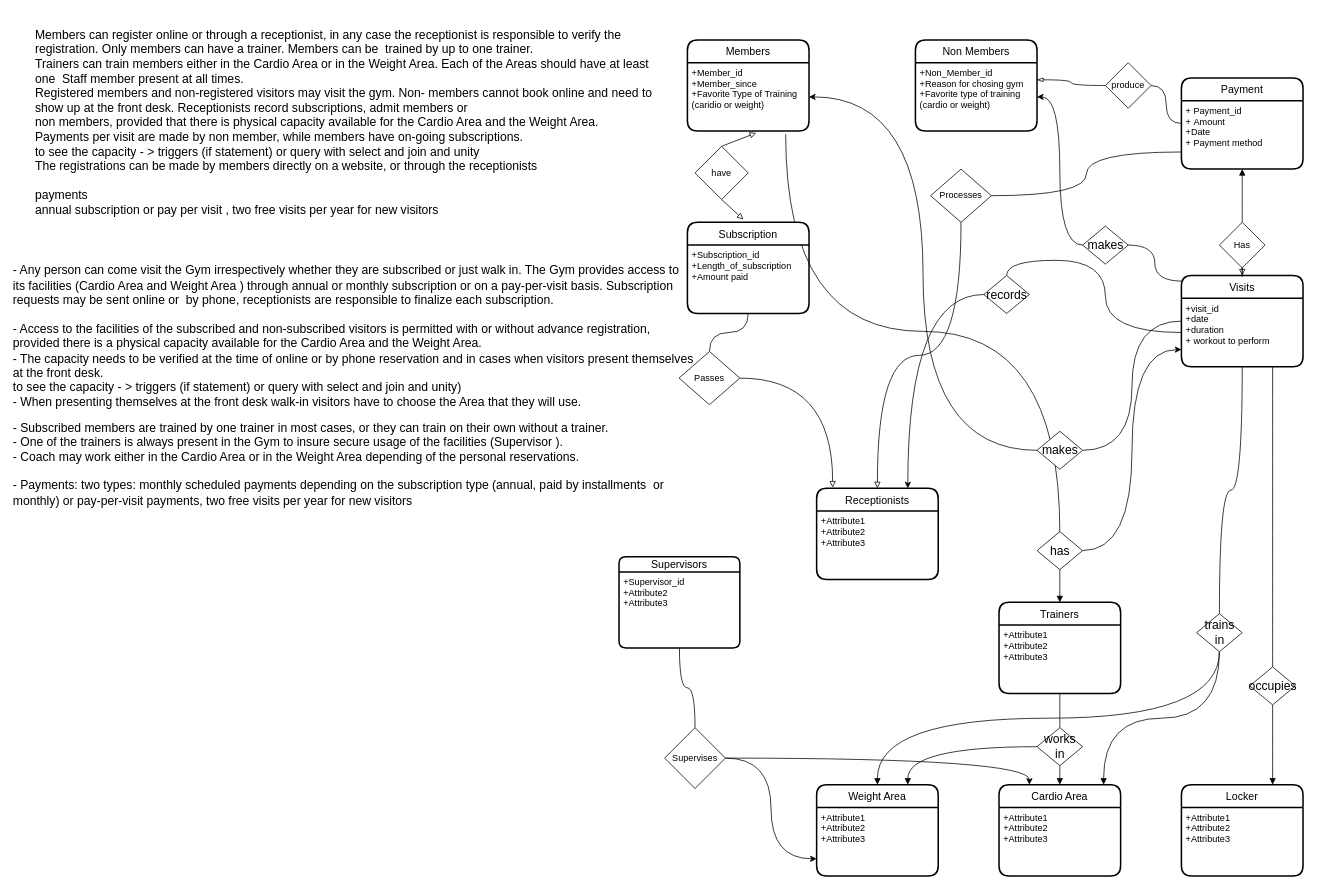
The draw.io diagram GymBasil.drawio in gituser514/Diagram, before the edit. Source tidied: cells renumbered, new cells numbered last; positions are measured from the earlier drawing's top-left corner, leaving out a move shared by most shapes. Both pictures are drawn from the tidied source at 76%, with x=0, y=0 at pixel (33, 40).
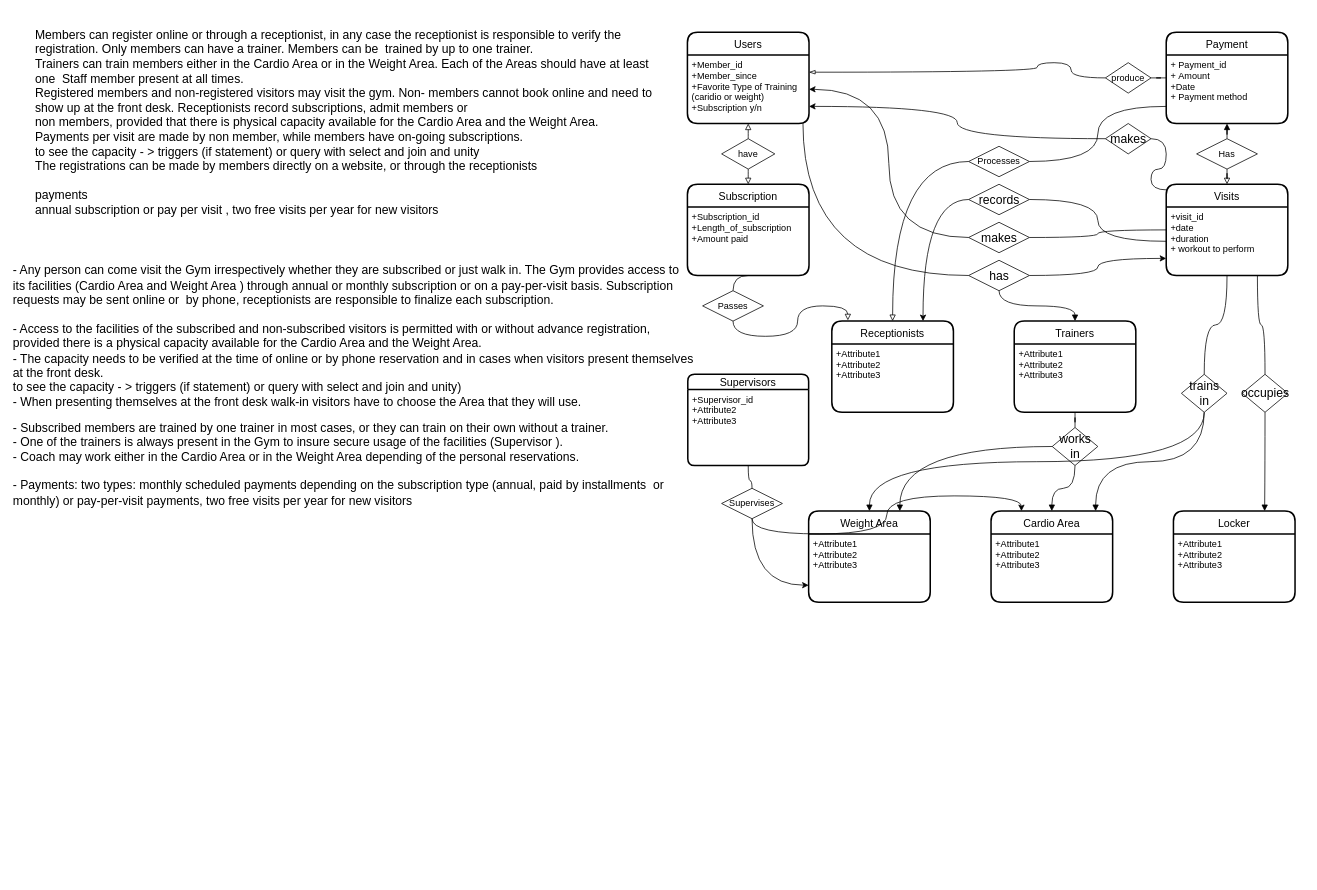
Above is the later version.

Unchanged cells that the change refers to:
```xml
<mxCell id="10" value="+Supervisor_id&#10;+Attribute2&#10;+Attribute3" style="align=left;strokeColor=none;fillColor=none;spacingLeft=4;fontSize=12;verticalAlign=top;" parent="9" vertex="1">
  <mxGeometry y="20" width="159" height="100" as="geometry" />
</mxCell>
<mxCell id="16" value="+Attribute1&#10;+Attribute2&#10;+Attribute3" style="align=left;strokeColor=none;fillColor=none;spacingLeft=4;fontSize=12;verticalAlign=top;" parent="15" vertex="1">
  <mxGeometry y="30" width="160" height="90" as="geometry" />
</mxCell>
<mxCell id="30" value="+visit_id&#10;+date&#10;+duration&#10;+ workout to perform" style="align=left;strokeColor=none;fillColor=none;spacingLeft=4;fontSize=12;verticalAlign=top;" parent="29" vertex="1">
  <mxGeometry y="30" width="160" height="90" as="geometry" />
</mxCell>
```

Diff of the diagram source:
```diff
@@
-    <mxCell id="3" value="Members" style="swimlane;horizontal=1;startSize=30;rounded=1;fontSize=14;fontStyle=0;strokeWidth=2;shadow=0;dashed=0;align=center;" parent="1" vertex="1">
-      <mxGeometry x="860" width="160" height="120" as="geometry" />
+    <mxCell id="3" value="Users" style="swimlane;horizontal=1;startSize=30;rounded=1;fontSize=14;fontStyle=0;strokeWidth=2;shadow=0;dashed=0;align=center;" parent="1" vertex="1">
+      <mxGeometry x="860" y="-10" width="160" height="120" as="geometry" />
     </mxCell>
-    <mxCell id="4" value="+Member_id&#10;+Member_since&#10;+Favorite Type of Training &#10;(caridio or weight)&#10;" style="align=left;strokeColor=none;fillColor=none;spacingLeft=4;fontSize=12;verticalAlign=top;" parent="3" vertex="1">
+    <mxCell id="4" value="+Member_id&#10;+Member_since&#10;+Favorite Type of Training &#10;(caridio or weight)&#10;+Subscription y/n&#10;&#10;" style="align=left;strokeColor=none;fillColor=none;spacingLeft=4;fontSize=12;verticalAlign=top;" parent="3" vertex="1">
       <mxGeometry y="30" width="160" height="90" as="geometry" />
     </mxCell>
     <mxCell id="5" value="Receptionists " style="swimlane;horizontal=1;startSize=30;rounded=1;fontSize=14;fontStyle=0;strokeWidth=2;shadow=0;dashed=0;align=center;" parent="1" vertex="1">
-      <mxGeometry x="1030" y="590" width="160" height="120" as="geometry" />
+      <mxGeometry x="1050" y="370" width="160" height="120" as="geometry" />
     </mxCell>
@@
     <mxCell id="7" value="Trainers" style="swimlane;horizontal=1;startSize=30;rounded=1;fontSize=14;fontStyle=0;strokeWidth=2;shadow=0;dashed=0;align=center;" parent="1" vertex="1">
-      <mxGeometry x="1270" y="740" width="160" height="120" as="geometry" />
+      <mxGeometry x="1290" y="370" width="160" height="120" as="geometry" />
     </mxCell>
@@
     <mxCell id="9" value="Supervisors" style="swimlane;horizontal=1;startSize=20;rounded=1;fontSize=14;fontStyle=0;strokeWidth=2;shadow=0;dashed=0;align=center;" parent="1" vertex="1">
-      <mxGeometry x="770" y="680" width="159" height="120" as="geometry" />
+      <mxGeometry x="860.5" y="440" width="159" height="120" as="geometry" />
     </mxCell>
@@
     <mxCell id="11" value="Cardio Area" style="swimlane;horizontal=1;startSize=30;rounded=1;fontSize=14;fontStyle=0;strokeWidth=2;shadow=0;dashed=0;align=center;" parent="1" vertex="1">
-      <mxGeometry x="1270" y="980" width="160" height="120" as="geometry" />
+      <mxGeometry x="1259.5" y="620" width="160" height="120" as="geometry" />
     </mxCell>
@@
     <mxCell id="13" value="Locker " style="swimlane;horizontal=1;startSize=30;rounded=1;fontSize=14;fontStyle=0;strokeWidth=2;shadow=0;dashed=0;align=center;" parent="1" vertex="1">
-      <mxGeometry x="1510" y="980" width="160" height="120" as="geometry" />
+      <mxGeometry x="1499.5" y="620" width="160" height="120" as="geometry" />
     </mxCell>
@@
     <mxCell id="15" value="Weight Area" style="swimlane;horizontal=1;startSize=30;rounded=1;fontSize=14;fontStyle=0;strokeWidth=2;shadow=0;dashed=0;align=center;" parent="1" vertex="1">
-      <mxGeometry x="1030" y="980" width="160" height="120" as="geometry" />
+      <mxGeometry x="1019.5" y="620" width="160" height="120" as="geometry" />
     </mxCell>
@@
-    <mxCell id="17" style="edgeStyle=orthogonalEdgeStyle;rounded=0;jettySize=auto;html=1;entryX=0.808;entryY=1.046;entryDx=0;entryDy=0;fontSize=16;endArrow=none;endFill=0;curved=1;exitX=0.5;exitY=0;exitDx=0;exitDy=0;entryPerimeter=0;" parent="1" edge="1" source="20" target="4">
+    <mxCell id="17" style="edgeStyle=orthogonalEdgeStyle;rounded=0;jettySize=auto;html=1;fontSize=16;endArrow=none;endFill=0;curved=1;exitX=0;exitY=0.5;exitDx=0;exitDy=0;entryX=0.95;entryY=0.989;entryDx=0;entryDy=0;entryPerimeter=0;" parent="1" edge="1" source="20" target="4">
       <mxGeometry relative="1" as="geometry" />
     </mxCell>
-    <mxCell id="18" style="edgeStyle=orthogonalEdgeStyle;curved=1;jettySize=auto;html=1;entryX=0.5;entryY=0;entryDx=0;entryDy=0;endArrow=block;endFill=1;" parent="1" edge="1" source="20" target="7">
+    <mxCell id="18" style="edgeStyle=orthogonalEdgeStyle;curved=1;jettySize=auto;html=1;entryX=0.5;entryY=0;entryDx=0;entryDy=0;endArrow=block;endFill=1;exitX=0.5;exitY=1;exitDx=0;exitDy=0;" parent="1" edge="1" source="20" target="7">
       <mxGeometry relative="1" as="geometry" />
     </mxCell>
@@
     <mxCell id="20" value="has" style="shape=rhombus;html=1;dashed=0;whitespace=wrap;perimeter=rhombusPerimeter;fontSize=16;" parent="1" vertex="1">
-      <mxGeometry x="1320" y="647" width="60" height="50" as="geometry" />
+      <mxGeometry x="1230" y="290" width="80" height="40" as="geometry" />
     </mxCell>
@@
     <mxCell id="23" value="&lt;div&gt;works &lt;br&gt;&lt;/div&gt;&lt;div&gt;in&lt;/div&gt;" style="shape=rhombus;html=1;dashed=0;whitespace=wrap;perimeter=rhombusPerimeter;fontSize=16;" parent="1" vertex="1">
-      <mxGeometry x="1320" y="905" width="60" height="50" as="geometry" />
+      <mxGeometry x="1340" y="510" width="60" height="50" as="geometry" />
     </mxCell>
@@
     <mxCell id="27" value="makes" style="shape=rhombus;html=1;dashed=0;whitespace=wrap;perimeter=rhombusPerimeter;fontSize=16;" parent="1" vertex="1">
-      <mxGeometry x="1320" y="515" width="60" height="50" as="geometry" />
+      <mxGeometry x="1230" y="240" width="80" height="40" as="geometry" />
     </mxCell>
-    <mxCell id="28" style="edgeStyle=orthogonalEdgeStyle;curved=1;jettySize=auto;html=1;entryX=1;entryY=0.5;entryDx=0;entryDy=0;endArrow=classic;endFill=1;startArrow=none;" parent="1" edge="1" source="44" target="43">
+    <mxCell id="28" style="edgeStyle=orthogonalEdgeStyle;curved=1;jettySize=auto;html=1;entryX=1;entryY=0.75;entryDx=0;entryDy=0;endArrow=classic;endFill=1;startArrow=none;" parent="1" edge="1" source="44" target="4">
       <mxGeometry relative="1" as="geometry" />
     </mxCell>
     <mxCell id="29" value="Visits" style="swimlane;horizontal=1;startSize=30;rounded=1;fontSize=14;fontStyle=0;strokeWidth=2;shadow=0;dashed=0;align=center;" parent="1" vertex="1">
-      <mxGeometry x="1510" y="310" width="160" height="120" as="geometry" />
+      <mxGeometry x="1490" y="190" width="160" height="120" as="geometry" />
     </mxCell>
@@
-    <mxCell id="32" style="edgeStyle=orthogonalEdgeStyle;curved=1;rounded=0;jettySize=auto;html=1;entryX=0.75;entryY=1;entryDx=0;entryDy=0;fontSize=16;startArrow=none;startFill=0;endArrow=none;endFill=0;exitX=0.5;exitY=0;exitDx=0;exitDy=0;" parent="1" edge="1" source="33" target="30">
-      <mxGeometry relative="1" as="geometry">
-        <Array as="points">
-          <mxPoint x="1630" y="785" />
-          <mxPoint x="1630" y="785" />
-        </Array>
-      </mxGeometry>
+    <mxCell id="32" style="rounded=0;jettySize=auto;html=1;entryX=0.75;entryY=1;entryDx=0;entryDy=0;fontSize=16;startArrow=none;startFill=0;endArrow=none;endFill=0;exitX=0.5;exitY=0;exitDx=0;exitDy=0;edgeStyle=orthogonalEdgeStyle;curved=1;" parent="1" edge="1" source="33" target="30">
+      <mxGeometry relative="1" as="geometry" />
     </mxCell>
     <mxCell id="33" value="occupies " style="shape=rhombus;html=1;dashed=0;whitespace=wrap;perimeter=rhombusPerimeter;fontSize=16;" parent="1" vertex="1">
-      <mxGeometry x="1600" y="825" width="60" height="50" as="geometry" />
+      <mxGeometry x="1590" y="440" width="60" height="50" as="geometry" />
     </mxCell>
@@
     <mxCell id="37" value="&lt;div&gt;trains &lt;br&gt;&lt;/div&gt;&lt;div&gt;in&lt;/div&gt;" style="shape=rhombus;html=1;dashed=0;whitespace=wrap;perimeter=rhombusPerimeter;fontSize=16;" parent="1" vertex="1">
-      <mxGeometry x="1530" y="755" width="60" height="50" as="geometry" />
+      <mxGeometry x="1510" y="440" width="60" height="50" as="geometry" />
     </mxCell>
@@
-    <mxCell id="39" style="edgeStyle=orthogonalEdgeStyle;curved=1;rounded=0;jettySize=auto;html=1;fontSize=16;startArrow=none;startFill=0;endArrow=none;endFill=0;entryX=0;entryY=0.5;entryDx=0;entryDy=0;exitX=0.5;exitY=0;exitDx=0;exitDy=0;" parent="1" edge="1" source="68" target="30">
+    <mxCell id="39" style="edgeStyle=orthogonalEdgeStyle;curved=1;rounded=0;jettySize=auto;html=1;fontSize=16;startArrow=none;startFill=0;endArrow=none;endFill=0;entryX=0;entryY=0.5;entryDx=0;entryDy=0;exitX=1;exitY=0.5;exitDx=0;exitDy=0;" parent="1" edge="1" source="68" target="30">
       <mxGeometry relative="1" as="geometry" />
     </mxCell>
     <mxCell id="40" value="Payment" style="swimlane;horizontal=1;startSize=30;rounded=1;fontSize=14;fontStyle=0;strokeWidth=2;shadow=0;dashed=0;align=center;" parent="1" vertex="1">
-      <mxGeometry x="1510" y="50" width="160" height="120" as="geometry" />
+      <mxGeometry x="1490" y="-10" width="160" height="120" as="geometry" />
     </mxCell>
@@
-    <mxCell id="42" value="Non Members" style="swimlane;horizontal=1;startSize=30;rounded=1;fontSize=14;fontStyle=0;strokeWidth=2;shadow=0;dashed=0;align=center;" parent="1" vertex="1">
-      <mxGeometry x="1160" width="160" height="120" as="geometry" />
-    </mxCell>
-    <mxCell id="43" value="+Non_Member_id &#10;+Reason for chosing gym &#10;+Favorite type of training &#10;(cardio or weight)&#10;" style="align=left;strokeColor=none;fillColor=none;spacingLeft=4;fontSize=12;verticalAlign=top;" parent="42" vertex="1">
-      <mxGeometry y="30" width="160" height="90" as="geometry" />
-    </mxCell>
     <mxCell id="44" value="makes" style="shape=rhombus;html=1;dashed=0;whitespace=wrap;perimeter=rhombusPerimeter;fontSize=16;" parent="1" vertex="1">
-      <mxGeometry x="1380" y="245" width="60" height="50" as="geometry" />
+      <mxGeometry x="1410" y="110" width="60" height="40" as="geometry" />
     </mxCell>
@@
-    <mxCell id="46" style="edgeStyle=orthogonalEdgeStyle;curved=1;jettySize=auto;html=1;entryX=0;entryY=0.75;entryDx=0;entryDy=0;endArrow=classic;endFill=1;" parent="1" edge="1" source="49" target="16">
+    <mxCell id="46" style="edgeStyle=orthogonalEdgeStyle;curved=1;jettySize=auto;html=1;entryX=0;entryY=0.75;entryDx=0;entryDy=0;endArrow=classic;endFill=1;exitX=0.5;exitY=1;exitDx=0;exitDy=0;" parent="1" edge="1" source="49" target="16">
       <mxGeometry relative="1" as="geometry" />
     </mxCell>
-    <mxCell id="47" style="edgeStyle=orthogonalEdgeStyle;curved=1;jettySize=auto;html=1;entryX=0.25;entryY=0;entryDx=0;entryDy=0;endArrow=classic;endFill=1;" parent="1" edge="1" source="49" target="11">
+    <mxCell id="47" style="edgeStyle=orthogonalEdgeStyle;curved=1;jettySize=auto;html=1;entryX=0.25;entryY=0;entryDx=0;entryDy=0;endArrow=classic;endFill=1;exitX=0.5;exitY=1;exitDx=0;exitDy=0;" parent="1" edge="1" source="49" target="11">
       <mxGeometry relative="1" as="geometry" />
     </mxCell>
-    <mxCell id="48" style="edgeStyle=orthogonalEdgeStyle;jettySize=auto;html=1;curved=1;endArrow=none;endFill=0;" parent="1" edge="1" source="49" target="10">
-      <mxGeometry relative="1" as="geometry" />
-    </mxCell>
     <mxCell id="49" value="Supervises" style="rhombus;whiteSpace=wrap;html=1;" parent="1" vertex="1">
-      <mxGeometry x="830" y="905" width="80" height="80" as="geometry" />
+      <mxGeometry x="905" y="590" width="80" height="40" as="geometry" />
     </mxCell>
     <mxCell id="50" value="Subscription" style="swimlane;horizontal=1;startSize=30;rounded=1;fontSize=14;fontStyle=0;strokeWidth=2;shadow=0;dashed=0;align=center;" parent="1" vertex="1">
-      <mxGeometry x="860" y="240" width="160" height="120" as="geometry" />
+      <mxGeometry x="860" y="190" width="160" height="120" as="geometry" />
     </mxCell>
@@
     <mxCell id="54" value="Has" style="rhombus;whiteSpace=wrap;html=1;" parent="1" vertex="1">
-      <mxGeometry x="1560" y="240" width="60" height="60" as="geometry" />
+      <mxGeometry x="1530" y="130" width="80" height="40" as="geometry" />
     </mxCell>
-    <mxCell id="55" style="jettySize=auto;html=1;endArrow=block;endFill=0;exitX=0.5;exitY=1;exitDx=0;exitDy=0;entryX=0.46;entryY=-0.031;entryDx=0;entryDy=0;entryPerimeter=0;" parent="1" edge="1" source="57" target="50">
+    <mxCell id="55" style="jettySize=auto;html=1;endArrow=block;endFill=0;exitX=0.5;exitY=1;exitDx=0;exitDy=0;entryX=0.5;entryY=0;entryDx=0;entryDy=0;edgeStyle=orthogonalEdgeStyle;curved=1;" parent="1" edge="1" source="57" target="50">
       <mxGeometry relative="1" as="geometry" />
     </mxCell>
-    <mxCell id="56" style="jettySize=auto;html=1;entryX=0.565;entryY=1.027;entryDx=0;entryDy=0;endArrow=block;endFill=0;entryPerimeter=0;exitX=0.5;exitY=0;exitDx=0;exitDy=0;" parent="1" edge="1" source="57" target="4">
+    <mxCell id="56" style="jettySize=auto;html=1;entryX=0.5;entryY=1;entryDx=0;entryDy=0;endArrow=block;endFill=0;exitX=0.5;exitY=0;exitDx=0;exitDy=0;edgeStyle=orthogonalEdgeStyle;curved=1;" parent="1" edge="1" source="57" target="4">
       <mxGeometry relative="1" as="geometry" />
     </mxCell>
     <mxCell id="57" value="have" style="rhombus;whiteSpace=wrap;html=1;" parent="1" vertex="1">
-      <mxGeometry x="870" y="140" width="70" height="70" as="geometry" />
+      <mxGeometry x="905" y="130" width="70" height="40" as="geometry" />
     </mxCell>
@@
     <mxCell id="60" value="Processes" style="rhombus;whiteSpace=wrap;html=1;" parent="1" vertex="1">
-      <mxGeometry x="1180" y="170" width="80" height="70" as="geometry" />
+      <mxGeometry x="1230" y="140" width="80" height="40" as="geometry" />
     </mxCell>
-    <mxCell id="61" style="edgeStyle=orthogonalEdgeStyle;curved=1;jettySize=auto;html=1;entryX=0.132;entryY=-0.008;entryDx=0;entryDy=0;entryPerimeter=0;endArrow=block;endFill=0;" parent="1" edge="1" source="63" target="5">
+    <mxCell id="61" style="edgeStyle=orthogonalEdgeStyle;curved=1;jettySize=auto;html=1;entryX=0.132;entryY=-0.008;entryDx=0;entryDy=0;entryPerimeter=0;endArrow=block;endFill=0;exitX=0.5;exitY=1;exitDx=0;exitDy=0;" parent="1" edge="1" source="63" target="5">
       <mxGeometry relative="1" as="geometry" />
     </mxCell>
@@
     <mxCell id="63" value="Passes" style="rhombus;whiteSpace=wrap;html=1;" parent="1" vertex="1">
-      <mxGeometry x="849" y="410" width="80" height="70" as="geometry" />
+      <mxGeometry x="880" y="330" width="80" height="40" as="geometry" />
     </mxCell>
@@
     <mxCell id="65" value="produce" style="rhombus;whiteSpace=wrap;html=1;" parent="1" vertex="1">
-      <mxGeometry x="1410" y="30" width="60" height="60" as="geometry" />
+      <mxGeometry x="1410" y="30" width="60" height="40" as="geometry" />
     </mxCell>
-    <mxCell id="66" style="edgeStyle=orthogonalEdgeStyle;curved=1;jettySize=auto;html=1;entryX=0;entryY=0.5;entryDx=0;entryDy=0;endArrow=none;endFill=0;startArrow=blockThin;startFill=0;exitX=1;exitY=0.25;exitDx=0;exitDy=0;" parent="1" edge="1" source="43" target="65">
-      <mxGeometry relative="1" as="geometry" />
+    <mxCell id="66" style="edgeStyle=orthogonalEdgeStyle;curved=1;jettySize=auto;html=1;entryX=0;entryY=0.5;entryDx=0;entryDy=0;endArrow=none;endFill=0;startArrow=blockThin;startFill=0;exitX=1;exitY=0.25;exitDx=0;exitDy=0;" parent="1" edge="1" source="4" target="65">
+      <mxGeometry relative="1" as="geometry">
+        <Array as="points">
+          <mxPoint x="1320" y="43" />
+          <mxPoint x="1320" y="30" />
+          <mxPoint x="1365" y="30" />
+          <mxPoint x="1365" y="50" />
+        </Array>
+      </mxGeometry>
     </mxCell>
@@
     <mxCell id="68" value="records" style="shape=rhombus;html=1;dashed=0;whitespace=wrap;perimeter=rhombusPerimeter;fontSize=16;" parent="1" vertex="1">
-      <mxGeometry x="1250" y="310" width="60" height="50" as="geometry" />
+      <mxGeometry x="1230" y="190" width="80" height="40" as="geometry" />
     </mxCell>
+    <mxCell id="69" style="edgeStyle=orthogonalEdgeStyle;curved=1;jettySize=auto;html=1;endArrow=none;endFill=0;" parent="1" edge="1" source="10" target="49">
+      <mxGeometry relative="1" as="geometry" />
+    </mxCell>
```
